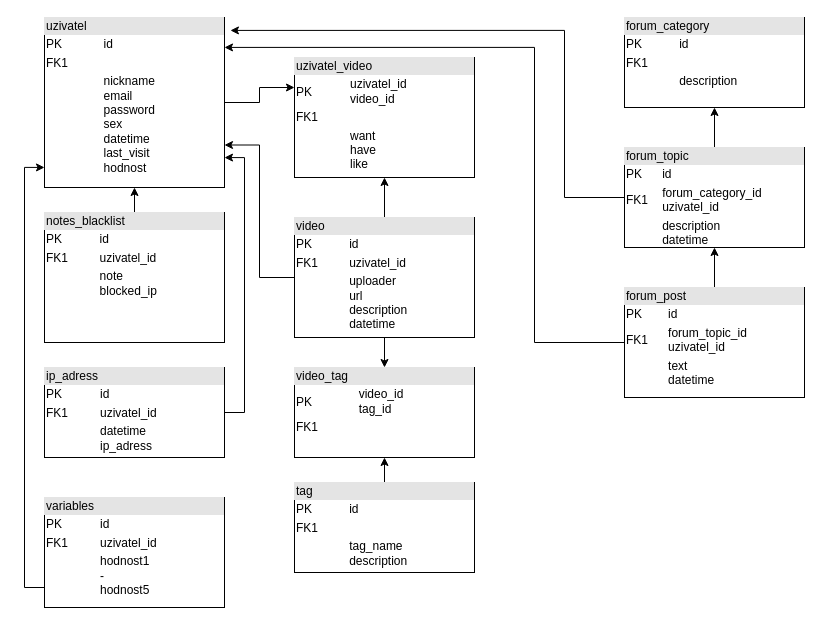
The draw.io diagram pic/Diagram bez názvu.drawio in Koudislav/koudislav.github.io, before the edit. Source tidied: cells renumbered, new cells numbered last; positions are measured from the earlier drawing's top-left corner, leaving out a move shared by most shapes. Both pictures are drawn from the tidied source at 100%, with x=0, y=0 at pixel (24, 17).
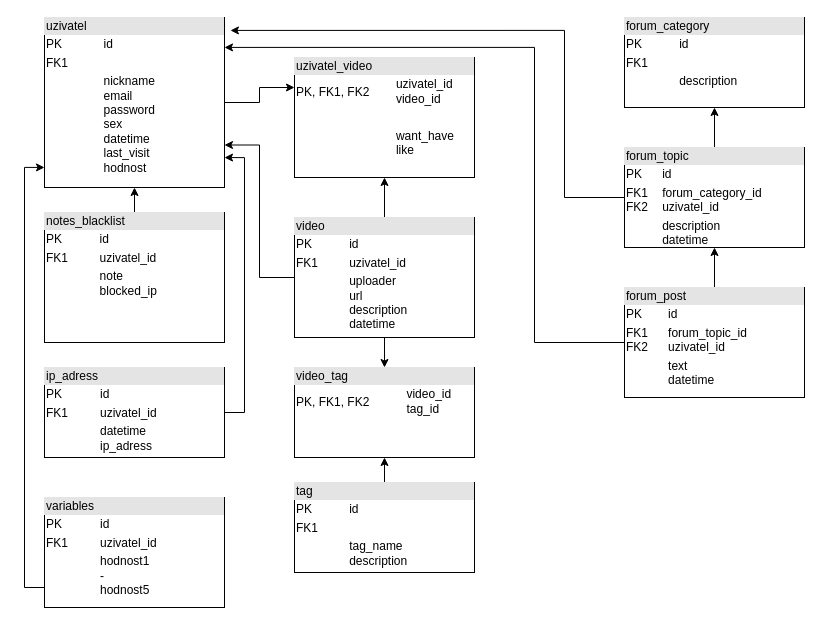
After the change.

Change to the diagram source:
```diff
@@
-    <mxCell id="7" value="&lt;div style=&quot;box-sizing:border-box;width:100%;background:#e4e4e4;padding:2px;&quot;&gt;forum_topic&lt;/div&gt;&lt;table style=&quot;width:100%;font-size:1em;&quot; cellpadding=&quot;2&quot; cellspacing=&quot;0&quot;&gt;&lt;tbody&gt;&lt;tr&gt;&lt;td&gt;PK&lt;/td&gt;&lt;td&gt;id&lt;/td&gt;&lt;/tr&gt;&lt;tr&gt;&lt;td&gt;FK1&lt;/td&gt;&lt;td&gt;forum_category_id&lt;br&gt;uzivatel_id&lt;/td&gt;&lt;/tr&gt;&lt;tr&gt;&lt;td&gt;&lt;/td&gt;&lt;td&gt;description&lt;br&gt;datetime&lt;/td&gt;&lt;/tr&gt;&lt;/tbody&gt;&lt;/table&gt;" style="verticalAlign=top;align=left;overflow=fill;html=1;" parent="1" vertex="1">
+    <mxCell id="7" value="&lt;div style=&quot;box-sizing:border-box;width:100%;background:#e4e4e4;padding:2px;&quot;&gt;forum_topic&lt;/div&gt;&lt;table style=&quot;width:100%;font-size:1em;&quot; cellpadding=&quot;2&quot; cellspacing=&quot;0&quot;&gt;&lt;tbody&gt;&lt;tr&gt;&lt;td&gt;PK&lt;/td&gt;&lt;td&gt;id&lt;/td&gt;&lt;/tr&gt;&lt;tr&gt;&lt;td&gt;FK1&lt;br&gt;FK2&lt;/td&gt;&lt;td&gt;forum_category_id&lt;br&gt;uzivatel_id&lt;/td&gt;&lt;/tr&gt;&lt;tr&gt;&lt;td&gt;&lt;/td&gt;&lt;td&gt;description&lt;br&gt;datetime&lt;/td&gt;&lt;/tr&gt;&lt;/tbody&gt;&lt;/table&gt;" style="verticalAlign=top;align=left;overflow=fill;html=1;" parent="1" vertex="1">
       <mxGeometry x="600" y="130" width="180" height="100" as="geometry" />
     </mxCell>
@@
-    <mxCell id="10" value="&lt;div style=&quot;box-sizing:border-box;width:100%;background:#e4e4e4;padding:2px;&quot;&gt;forum_post&lt;br&gt;&lt;/div&gt;&lt;table style=&quot;font-size: 1em; background-color: initial; width: 176px;&quot; cellpadding=&quot;2&quot; cellspacing=&quot;0&quot;&gt;&lt;tbody&gt;&lt;tr&gt;&lt;td&gt;PK&lt;/td&gt;&lt;td&gt;id&lt;/td&gt;&lt;/tr&gt;&lt;tr&gt;&lt;td&gt;FK1&lt;/td&gt;&lt;td&gt;forum_topic_id&lt;br&gt;uzivatel_id&lt;/td&gt;&lt;/tr&gt;&lt;tr&gt;&lt;td&gt;&lt;/td&gt;&lt;td&gt;text&lt;br&gt;datetime&lt;/td&gt;&lt;/tr&gt;&lt;/tbody&gt;&lt;/table&gt;" style="verticalAlign=top;align=left;overflow=fill;html=1;" parent="1" vertex="1">
+    <mxCell id="10" value="&lt;div style=&quot;box-sizing:border-box;width:100%;background:#e4e4e4;padding:2px;&quot;&gt;forum_post&lt;br&gt;&lt;/div&gt;&lt;table style=&quot;font-size: 1em; background-color: initial; width: 176px;&quot; cellpadding=&quot;2&quot; cellspacing=&quot;0&quot;&gt;&lt;tbody&gt;&lt;tr&gt;&lt;td&gt;PK&lt;/td&gt;&lt;td&gt;id&lt;/td&gt;&lt;/tr&gt;&lt;tr&gt;&lt;td&gt;FK1&lt;br&gt;FK2&lt;/td&gt;&lt;td&gt;forum_topic_id&lt;br&gt;uzivatel_id&lt;/td&gt;&lt;/tr&gt;&lt;tr&gt;&lt;td&gt;&lt;/td&gt;&lt;td&gt;text&lt;br&gt;datetime&lt;/td&gt;&lt;/tr&gt;&lt;/tbody&gt;&lt;/table&gt;" style="verticalAlign=top;align=left;overflow=fill;html=1;" parent="1" vertex="1">
       <mxGeometry x="600" y="270" width="180" height="110" as="geometry" />
     </mxCell>
@@
-    <mxCell id="15" value="&lt;div style=&quot;box-sizing:border-box;width:100%;background:#e4e4e4;padding:2px;&quot;&gt;uzivatel_video&lt;/div&gt;&lt;table style=&quot;width:100%;font-size:1em;&quot; cellpadding=&quot;2&quot; cellspacing=&quot;0&quot;&gt;&lt;tbody&gt;&lt;tr&gt;&lt;td&gt;PK&lt;/td&gt;&lt;td&gt;uzivatel_id&lt;br&gt;video_id&lt;/td&gt;&lt;/tr&gt;&lt;tr&gt;&lt;td&gt;FK1&lt;/td&gt;&lt;td&gt;&lt;br&gt;&lt;/td&gt;&lt;/tr&gt;&lt;tr&gt;&lt;td&gt;&lt;/td&gt;&lt;td&gt;want&lt;br&gt;have&lt;br&gt;like&lt;/td&gt;&lt;/tr&gt;&lt;/tbody&gt;&lt;/table&gt;" style="verticalAlign=top;align=left;overflow=fill;html=1;" parent="1" vertex="1">
+    <mxCell id="15" value="&lt;div style=&quot;box-sizing:border-box;width:100%;background:#e4e4e4;padding:2px;&quot;&gt;uzivatel_video&lt;/div&gt;&lt;table style=&quot;width:100%;font-size:1em;&quot; cellpadding=&quot;2&quot; cellspacing=&quot;0&quot;&gt;&lt;tbody&gt;&lt;tr&gt;&lt;td&gt;PK, FK1, FK2&lt;/td&gt;&lt;td&gt;uzivatel_id&lt;br&gt;video_id&lt;/td&gt;&lt;/tr&gt;&lt;tr&gt;&lt;td&gt;&lt;br&gt;&lt;/td&gt;&lt;td&gt;&lt;br&gt;&lt;/td&gt;&lt;/tr&gt;&lt;tr&gt;&lt;td&gt;&lt;/td&gt;&lt;td&gt;want_have&lt;br&gt;like&lt;/td&gt;&lt;/tr&gt;&lt;/tbody&gt;&lt;/table&gt;" style="verticalAlign=top;align=left;overflow=fill;html=1;" parent="1" vertex="1">
       <mxGeometry x="270" y="40" width="180" height="120" as="geometry" />
     </mxCell>
@@
-    <mxCell id="20" value="&lt;div style=&quot;box-sizing:border-box;width:100%;background:#e4e4e4;padding:2px;&quot;&gt;video_tag&lt;/div&gt;&lt;table style=&quot;width:100%;font-size:1em;&quot; cellpadding=&quot;2&quot; cellspacing=&quot;0&quot;&gt;&lt;tbody&gt;&lt;tr&gt;&lt;td&gt;PK&lt;/td&gt;&lt;td&gt;video_id&lt;br&gt;tag_id&lt;/td&gt;&lt;/tr&gt;&lt;tr&gt;&lt;td&gt;FK1&lt;/td&gt;&lt;td&gt;&lt;br&gt;&lt;/td&gt;&lt;/tr&gt;&lt;tr&gt;&lt;td&gt;&lt;/td&gt;&lt;td&gt;&lt;br&gt;&lt;/td&gt;&lt;/tr&gt;&lt;/tbody&gt;&lt;/table&gt;" style="verticalAlign=top;align=left;overflow=fill;html=1;" parent="1" vertex="1">
+    <mxCell id="20" value="&lt;div style=&quot;box-sizing:border-box;width:100%;background:#e4e4e4;padding:2px;&quot;&gt;video_tag&lt;/div&gt;&lt;table style=&quot;width:100%;font-size:1em;&quot; cellpadding=&quot;2&quot; cellspacing=&quot;0&quot;&gt;&lt;tbody&gt;&lt;tr&gt;&lt;td&gt;PK, FK1, FK2&lt;/td&gt;&lt;td&gt;video_id&lt;br&gt;tag_id&lt;/td&gt;&lt;/tr&gt;&lt;tr&gt;&lt;td&gt;&lt;br&gt;&lt;/td&gt;&lt;td&gt;&lt;br&gt;&lt;/td&gt;&lt;/tr&gt;&lt;tr&gt;&lt;td&gt;&lt;/td&gt;&lt;td&gt;&lt;br&gt;&lt;/td&gt;&lt;/tr&gt;&lt;/tbody&gt;&lt;/table&gt;" style="verticalAlign=top;align=left;overflow=fill;html=1;" parent="1" vertex="1">
       <mxGeometry x="270" y="350" width="180" height="90" as="geometry" />
     </mxCell>
```
